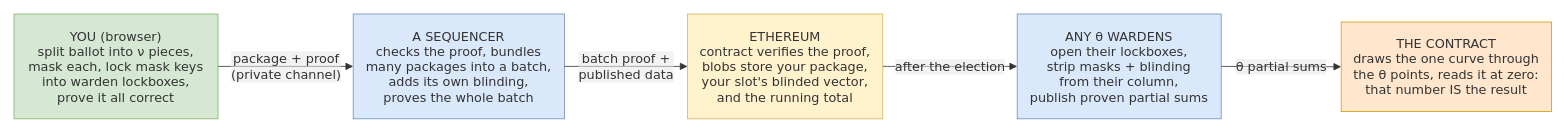
Above: v3-pq/figures/src/vote-journey.drawio in vocdoni/davinci-paper (draw.io), before the change. Source tidied: cells renumbered, new cells numbered last; positions are measured from the earlier drawing's top-left corner, leaving out a move shared by most shapes. Both pictures are drawn from the tidied source at 80%, with x=0, y=0 at pixel (14, 14).
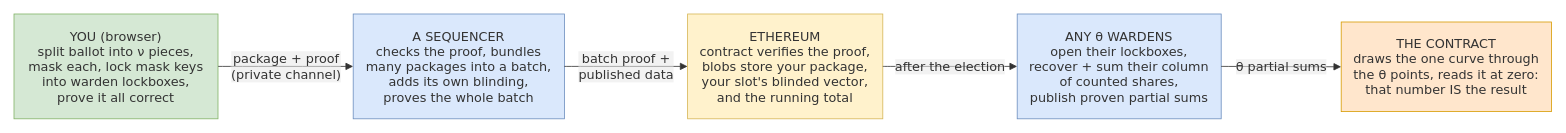
The same diagram, later.

What changed in the source:
```diff
@@
 <mxGraphModel>
   <root>
     <mxCell id="0" />
     <mxCell id="1" parent="0" />
     <mxCell id="2" value="YOU (browser)&#10;split ballot into ν pieces,&#10;mask each, lock mask keys&#10;into warden lockboxes,&#10;prove it all correct" style="html=1;whiteSpace=wrap;strokeWidth=1;fillColor=#d5e8d4;strokeColor=#82b366;fontColor=light-dark(#333333,#cccccc);fontFamily=Trebuchet MS,Verdana,Arial,sans-serif;fontSize=16;" parent="1" vertex="1">
       <mxGeometry width="255" height="131" as="geometry" />
     </mxCell>
     <mxCell id="3" value="A SEQUENCER&#10;checks the proof, bundles&#10;many packages into a batch,&#10;adds its own blinding,&#10;proves the whole batch" style="html=1;whiteSpace=wrap;strokeWidth=1;fillColor=#dae8fc;strokeColor=#6c8ebf;fontColor=light-dark(#333333,#cccccc);fontFamily=Trebuchet MS,Verdana,Arial,sans-serif;fontSize=16;" parent="1" vertex="1">
       <mxGeometry x="424" width="264" height="131" as="geometry" />
     </mxCell>
     <mxCell id="4" value="ETHEREUM&#10;contract verifies the proof,&#10;blobs store your package,&#10;your slot's blinded vector,&#10;and the running total" style="html=1;whiteSpace=wrap;strokeWidth=1;fillColor=#fff2cc;strokeColor=#d6b656;fontColor=light-dark(#333333,#cccccc);fontFamily=Trebuchet MS,Verdana,Arial,sans-serif;fontSize=16;" parent="1" vertex="1">
       <mxGeometry x="842" width="244" height="131" as="geometry" />
     </mxCell>
-    <mxCell id="5" value="ANY θ WARDENS&#10;open their lockboxes,&#10;strip masks + blinding&#10;from their column,&#10;publish proven partial sums" style="html=1;whiteSpace=wrap;strokeWidth=1;fillColor=#dae8fc;strokeColor=#6c8ebf;fontColor=light-dark(#333333,#cccccc);fontFamily=Trebuchet MS,Verdana,Arial,sans-serif;fontSize=16;" parent="1" vertex="1">
+    <mxCell id="5" value="ANY θ WARDENS&#10;open their lockboxes,&#10;recover + sum their column&#10;of counted shares,&#10;publish proven partial sums" style="html=1;whiteSpace=wrap;strokeWidth=1;fillColor=#dae8fc;strokeColor=#6c8ebf;fontColor=light-dark(#333333,#cccccc);fontFamily=Trebuchet MS,Verdana,Arial,sans-serif;fontSize=16;" parent="1" vertex="1">
       <mxGeometry x="1254" width="255" height="131" as="geometry" />
     </mxCell>
     <mxCell id="6" value="THE CONTRACT&#10;draws the one curve through&#10;the θ points, reads it at zero:&#10;that number IS the result" style="html=1;whiteSpace=wrap;strokeWidth=1;fillColor=#ffe6cc;strokeColor=#d79b00;fontColor=light-dark(#333333,#cccccc);fontFamily=Trebuchet MS,Verdana,Arial,sans-serif;fontSize=16;" parent="1" vertex="1">
       <mxGeometry x="1659" y="10" width="263" height="112" as="geometry" />
     </mxCell>
     <mxCell id="7" value="package + proof&#10;(private channel)" style="curved=1;startArrow=none;endArrow=block;endSize=7;strokeColor=light-dark(#333333,#cccccc);html=1;fontSize=16;labelBackgroundColor=light-dark(#E8E8E88D,#2a2a2a8D);fontFamily=Trebuchet MS,Verdana,Arial,sans-serif;fontColor=light-dark(#333333,#cccccc);exitX=1;exitY=0.5;entryX=0;entryY=0.5;" parent="1" edge="1" source="2" target="3">
       <mxGeometry relative="1" as="geometry" />
     </mxCell>
     <mxCell id="8" value="batch proof +&#10;published data" style="curved=1;startArrow=none;endArrow=block;endSize=7;strokeColor=light-dark(#333333,#cccccc);html=1;fontSize=16;labelBackgroundColor=light-dark(#E8E8E88D,#2a2a2a8D);fontFamily=Trebuchet MS,Verdana,Arial,sans-serif;fontColor=light-dark(#333333,#cccccc);exitX=1;exitY=0.5;entryX=0;entryY=0.5;" parent="1" edge="1" source="3" target="4">
       <mxGeometry relative="1" as="geometry" />
     </mxCell>
     <mxCell id="9" value="after the election" style="curved=1;startArrow=none;endArrow=block;endSize=7;strokeColor=light-dark(#333333,#cccccc);html=1;fontSize=16;labelBackgroundColor=light-dark(#E8E8E88D,#2a2a2a8D);fontFamily=Trebuchet MS,Verdana,Arial,sans-serif;fontColor=light-dark(#333333,#cccccc);exitX=1;exitY=0.5;entryX=0;entryY=0.5;" parent="1" edge="1" source="4" target="5">
       <mxGeometry relative="1" as="geometry" />
     </mxCell>
     <mxCell id="10" value="θ partial sums" style="curved=1;startArrow=none;endArrow=block;endSize=7;strokeColor=light-dark(#333333,#cccccc);html=1;fontSize=16;labelBackgroundColor=light-dark(#E8E8E88D,#2a2a2a8D);fontFamily=Trebuchet MS,Verdana,Arial,sans-serif;fontColor=light-dark(#333333,#cccccc);exitX=1;exitY=0.5;entryX=0;entryY=0.5;" parent="1" edge="1" source="5" target="6">
       <mxGeometry relative="1" as="geometry" />
     </mxCell>
   </root>
 </mxGraphModel>
```
